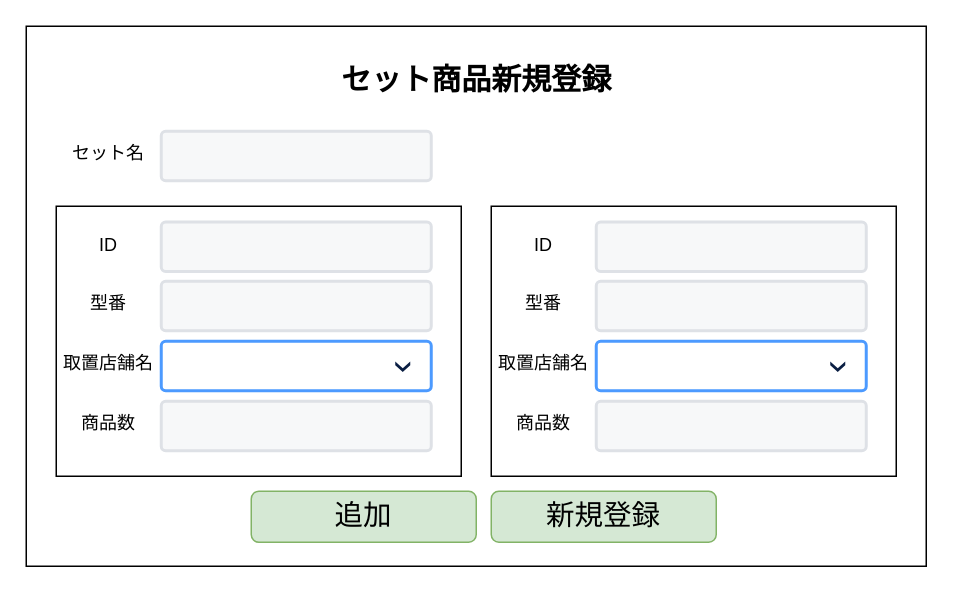
Earlier version of the draw.io diagram 各種設計書/6.画面設計書/セット商品新規登録画面.drawio (HaruShim/Sotuken). Source tidied: cells renumbered, new cells numbered last; positions are measured from the earlier drawing's top-left corner, leaving out a move shared by most shapes. Both pictures are drawn from the tidied source at 150%, with x=0, y=0 at pixel (26, 26).
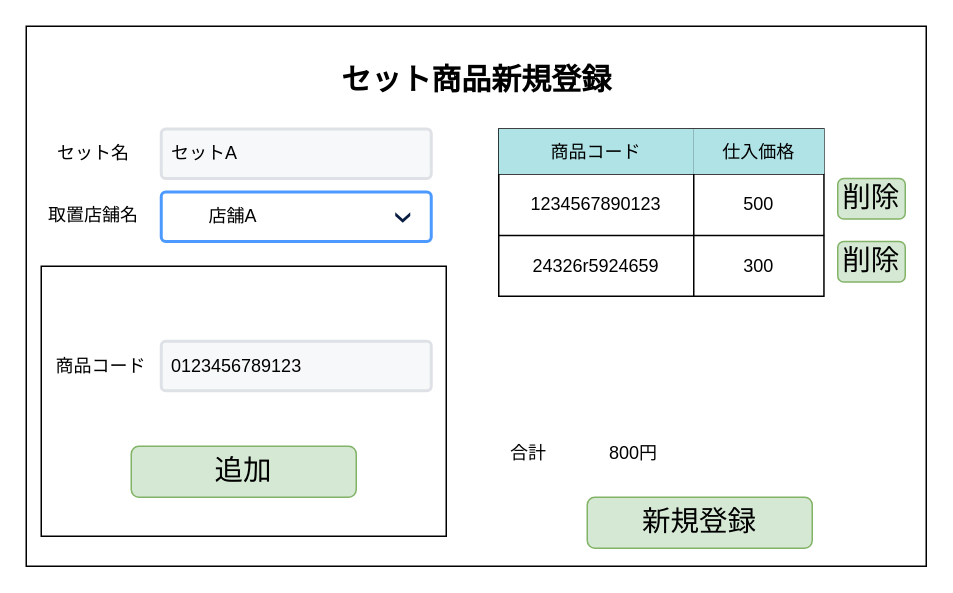
After the change.

Diff of the diagram source:
```diff
@@
-    <mxCell id="3" style="rounded=0;whiteSpace=wrap;html=1;fillColor=none;" parent="1" vertex="1">
-      <mxGeometry x="20" y="120" width="270" height="180" as="geometry" />
-    </mxCell>
@@
-    <mxCell id="5" value="ID" style="text;html=1;strokeColor=none;fillColor=none;align=center;verticalAlign=middle;whiteSpace=wrap;rounded=0;" parent="1" vertex="1">
-      <mxGeometry x="30" y="130.5" width="50" height="30" as="geometry" />
-    </mxCell>
-    <mxCell id="6" style="rounded=1;arcSize=9;fillColor=#F7F8F9;align=left;spacingLeft=5;strokeColor=#DEE1E6;html=1;strokeWidth=2;fontSize=12;" parent="1" vertex="1">
-      <mxGeometry x="90" y="130.5" width="180" height="33" as="geometry" />
-    </mxCell>
-    <mxCell id="7" value="型番" style="text;html=1;strokeColor=none;fillColor=none;align=center;verticalAlign=middle;whiteSpace=wrap;rounded=0;" parent="1" vertex="1">
-      <mxGeometry x="30" y="170" width="50" height="30" as="geometry" />
-    </mxCell>
-    <mxCell id="8" style="rounded=1;arcSize=9;fillColor=#F7F8F9;align=left;spacingLeft=5;strokeColor=#DEE1E6;html=1;strokeWidth=2;fontSize=12;" parent="1" vertex="1">
-      <mxGeometry x="90" y="170" width="180" height="33" as="geometry" />
-    </mxCell>
-    <mxCell id="9" value="取置店舗名" style="text;html=1;strokeColor=none;fillColor=none;align=center;verticalAlign=middle;whiteSpace=wrap;rounded=0;" parent="1" vertex="1">
-      <mxGeometry x="20" y="210" width="70" height="30" as="geometry" />
-    </mxCell>
-    <mxCell id="10" value="商品数" style="text;html=1;strokeColor=none;fillColor=none;align=center;verticalAlign=middle;whiteSpace=wrap;rounded=0;" parent="1" vertex="1">
-      <mxGeometry x="25" y="250" width="60" height="30" as="geometry" />
-    </mxCell>
-    <mxCell id="11" style="rounded=1;arcSize=9;fillColor=#ffffff;strokeColor=#4C9AFF;html=1;strokeWidth=2;spacingLeft=30;fontColor=#000000;align=left;" parent="1" vertex="1">
-      <mxGeometry x="90" y="210" width="180" height="33" as="geometry" />
-    </mxCell>
-    <mxCell id="12" style="shape=step;whiteSpace=wrap;html=1;rounded=0;strokeColor=none;strokeWidth=2;fillColor=#0A1E43;gradientColor=none;fontFamily=Verdana;fontSize=14;fontColor=#000000;align=left;direction=south;size=0.65;" parent="11" vertex="1">
-      <mxGeometry x="1" y="0.5" width="10" height="7" relative="1" as="geometry">
-        <mxPoint x="-24" y="-3" as="offset" />
-      </mxGeometry>
-    </mxCell>
-    <mxCell id="13" style="rounded=1;arcSize=9;fillColor=#F7F8F9;align=left;spacingLeft=5;strokeColor=#DEE1E6;html=1;strokeWidth=2;fontSize=12;" parent="1" vertex="1">
-      <mxGeometry x="90" y="250" width="180" height="33" as="geometry" />
-    </mxCell>
     <mxCell id="14" value="&lt;span style=&quot;font-size: 19px&quot;&gt;新規登録&lt;/span&gt;" style="rounded=1;whiteSpace=wrap;html=1;align=center;labelBackgroundColor=none;fillColor=#d5e8d4;strokeColor=#82b366;" parent="1" vertex="1">
-      <mxGeometry x="310" y="310" width="150" height="34" as="geometry" />
+      <mxGeometry x="374" y="314" width="150" height="34" as="geometry" />
     </mxCell>
     <mxCell id="15" style="rounded=0;whiteSpace=wrap;html=1;fillColor=none;" parent="1" vertex="1">
-      <mxGeometry x="310" y="120" width="270" height="180" as="geometry" />
+      <mxGeometry x="10" y="160" width="270" height="180" as="geometry" />
     </mxCell>
-    <mxCell id="16" value="ID" style="text;html=1;strokeColor=none;fillColor=none;align=center;verticalAlign=middle;whiteSpace=wrap;rounded=0;" parent="1" vertex="1">
-      <mxGeometry x="320" y="130.5" width="50" height="30" as="geometry" />
+    <mxCell id="16" value="商品コード" style="text;html=1;strokeColor=none;fillColor=none;align=center;verticalAlign=middle;whiteSpace=wrap;rounded=0;" parent="1" vertex="1">
+      <mxGeometry x="15" y="211.5" width="70" height="30" as="geometry" />
     </mxCell>
-    <mxCell id="17" style="rounded=1;arcSize=9;fillColor=#F7F8F9;align=left;spacingLeft=5;strokeColor=#DEE1E6;html=1;strokeWidth=2;fontSize=12;" parent="1" vertex="1">
-      <mxGeometry x="380" y="130.5" width="180" height="33" as="geometry" />
+    <mxCell id="17" value="0123456789123" style="rounded=1;arcSize=9;fillColor=#F7F8F9;align=left;spacingLeft=5;strokeColor=#DEE1E6;html=1;strokeWidth=2;fontSize=12;" parent="1" vertex="1">
+      <mxGeometry x="90" y="210" width="180" height="33" as="geometry" />
     </mxCell>
-    <mxCell id="18" value="型番" style="text;html=1;strokeColor=none;fillColor=none;align=center;verticalAlign=middle;whiteSpace=wrap;rounded=0;" parent="1" vertex="1">
-      <mxGeometry x="320" y="170" width="50" height="30" as="geometry" />
-    </mxCell>
-    <mxCell id="19" style="rounded=1;arcSize=9;fillColor=#F7F8F9;align=left;spacingLeft=5;strokeColor=#DEE1E6;html=1;strokeWidth=2;fontSize=12;" parent="1" vertex="1">
-      <mxGeometry x="380" y="170" width="180" height="33" as="geometry" />
-    </mxCell>
     <mxCell id="20" value="取置店舗名" style="text;html=1;strokeColor=none;fillColor=none;align=center;verticalAlign=middle;whiteSpace=wrap;rounded=0;" parent="1" vertex="1">
-      <mxGeometry x="310" y="210" width="70" height="30" as="geometry" />
+      <mxGeometry x="10" y="110.5" width="70" height="30" as="geometry" />
     </mxCell>
-    <mxCell id="21" value="商品数" style="text;html=1;strokeColor=none;fillColor=none;align=center;verticalAlign=middle;whiteSpace=wrap;rounded=0;" parent="1" vertex="1">
-      <mxGeometry x="315" y="250" width="60" height="30" as="geometry" />
-    </mxCell>
-    <mxCell id="22" style="rounded=1;arcSize=9;fillColor=#ffffff;strokeColor=#4C9AFF;html=1;strokeWidth=2;spacingLeft=30;fontColor=#000000;align=left;" parent="1" vertex="1">
-      <mxGeometry x="380" y="210" width="180" height="33" as="geometry" />
+    <mxCell id="22" value="店舗A" style="rounded=1;arcSize=9;fillColor=#ffffff;strokeColor=#4C9AFF;html=1;strokeWidth=2;spacingLeft=30;fontColor=#000000;align=left;" parent="1" vertex="1">
+      <mxGeometry x="90" y="110.5" width="180" height="33" as="geometry" />
     </mxCell>
@@
-    <mxCell id="24" style="rounded=1;arcSize=9;fillColor=#F7F8F9;align=left;spacingLeft=5;strokeColor=#DEE1E6;html=1;strokeWidth=2;fontSize=12;" parent="1" vertex="1">
-      <mxGeometry x="380" y="250" width="180" height="33" as="geometry" />
-    </mxCell>
     <mxCell id="25" value="&lt;span style=&quot;font-size: 19px&quot;&gt;追加&lt;/span&gt;" style="rounded=1;whiteSpace=wrap;html=1;align=center;labelBackgroundColor=none;fillColor=#d5e8d4;strokeColor=#82b366;" parent="1" vertex="1">
-      <mxGeometry x="150" y="310" width="150" height="34" as="geometry" />
+      <mxGeometry x="70" y="280" width="150" height="34" as="geometry" />
     </mxCell>
     <mxCell id="26" value="セット名" style="text;html=1;strokeColor=none;fillColor=none;align=center;verticalAlign=middle;whiteSpace=wrap;rounded=0;" parent="1" vertex="1">
-      <mxGeometry x="30" y="70" width="50" height="30" as="geometry" />
+      <mxGeometry x="20" y="70" width="50" height="30" as="geometry" />
     </mxCell>
-    <mxCell id="27" style="rounded=1;arcSize=9;fillColor=#F7F8F9;align=left;spacingLeft=5;strokeColor=#DEE1E6;html=1;strokeWidth=2;fontSize=12;" parent="1" vertex="1">
-      <mxGeometry x="90" y="70" width="180" height="33" as="geometry" />
+    <mxCell id="27" value="セットA" style="rounded=1;arcSize=9;fillColor=#F7F8F9;align=left;spacingLeft=5;strokeColor=#DEE1E6;html=1;strokeWidth=2;fontSize=12;" parent="1" vertex="1">
+      <mxGeometry x="90" y="68.5" width="180" height="33" as="geometry" />
     </mxCell>
+    <mxCell id="28" style="shape=table;startSize=0;childLayout=tableLayout;" parent="1" vertex="1">
+      <mxGeometry x="315" y="68.5" width="216.8" height="111.5" as="geometry" />
+    </mxCell>
+    <mxCell id="29" style="shape=partialRectangle;fillColor=none;top=0;left=0;bottom=0;right=0;" parent="28" vertex="1">
+      <mxGeometry width="216.8" height="30" as="geometry" />
+    </mxCell>
+    <mxCell id="30" value="商品コード" style="shape=partialRectangle;html=1;whiteSpace=wrap;overflow=hidden;fillColor=#b0e3e6;top=0;left=0;bottom=0;right=0;strokeColor=#0e8088;" parent="29" vertex="1">
+      <mxGeometry width="130" height="30" as="geometry" />
+    </mxCell>
+    <mxCell id="31" value="仕入価格" style="shape=partialRectangle;html=1;whiteSpace=wrap;overflow=hidden;fillColor=#b0e3e6;top=0;left=0;bottom=0;right=0;strokeColor=#0e8088;" parent="29" vertex="1">
+      <mxGeometry x="130" width="87" height="30" as="geometry" />
+    </mxCell>
+    <mxCell id="32" style="shape=partialRectangle;fillColor=none;top=0;left=0;bottom=0;right=0;" parent="28" vertex="1">
+      <mxGeometry y="30" width="216.8" height="41" as="geometry" />
+    </mxCell>
+    <mxCell id="33" value="1234567890123" style="shape=partialRectangle;html=1;whiteSpace=wrap;overflow=hidden;fillColor=none;top=0;left=0;bottom=0;right=0;" parent="32" vertex="1">
+      <mxGeometry width="130" height="41" as="geometry" />
+    </mxCell>
+    <mxCell id="34" value="500" style="shape=partialRectangle;html=1;whiteSpace=wrap;overflow=hidden;fillColor=none;top=0;left=0;bottom=0;right=0;" parent="32" vertex="1">
+      <mxGeometry x="130" width="87" height="41" as="geometry" />
+    </mxCell>
+    <mxCell id="35" style="shape=partialRectangle;fillColor=none;top=0;left=0;bottom=0;right=0;" parent="28" vertex="1">
+      <mxGeometry y="71" width="216.8" height="41" as="geometry" />
+    </mxCell>
+    <mxCell id="36" value="24326r5924659" style="shape=partialRectangle;html=1;whiteSpace=wrap;overflow=hidden;fillColor=none;top=0;left=0;bottom=0;right=0;" parent="35" vertex="1">
+      <mxGeometry width="130" height="41" as="geometry" />
+    </mxCell>
+    <mxCell id="37" value="300" style="shape=partialRectangle;html=1;whiteSpace=wrap;overflow=hidden;fillColor=none;top=0;left=0;bottom=0;right=0;" parent="35" vertex="1">
+      <mxGeometry x="130" width="87" height="41" as="geometry" />
+    </mxCell>
+    <mxCell id="38" value="合計" style="text;html=1;strokeColor=none;fillColor=none;align=center;verticalAlign=middle;whiteSpace=wrap;rounded=0;" parent="1" vertex="1">
+      <mxGeometry x="310" y="270" width="50" height="30" as="geometry" />
+    </mxCell>
+    <mxCell id="39" value="800円" style="text;html=1;strokeColor=none;fillColor=none;align=center;verticalAlign=middle;whiteSpace=wrap;rounded=0;" parent="1" vertex="1">
+      <mxGeometry x="380" y="270" width="50" height="30" as="geometry" />
+    </mxCell>
+    <mxCell id="40" value="&lt;span style=&quot;font-size: 19px&quot;&gt;削除&lt;/span&gt;" style="rounded=1;whiteSpace=wrap;html=1;align=center;labelBackgroundColor=none;fillColor=#d5e8d4;strokeColor=#82b366;" parent="1" vertex="1">
+      <mxGeometry x="541" y="101.5" width="45" height="27" as="geometry" />
+    </mxCell>
+    <mxCell id="41" value="&lt;span style=&quot;font-size: 19px&quot;&gt;削除&lt;/span&gt;" style="rounded=1;whiteSpace=wrap;html=1;align=center;labelBackgroundColor=none;fillColor=#d5e8d4;strokeColor=#82b366;" parent="1" vertex="1">
+      <mxGeometry x="541" y="143.5" width="45" height="27" as="geometry" />
+    </mxCell>
```
